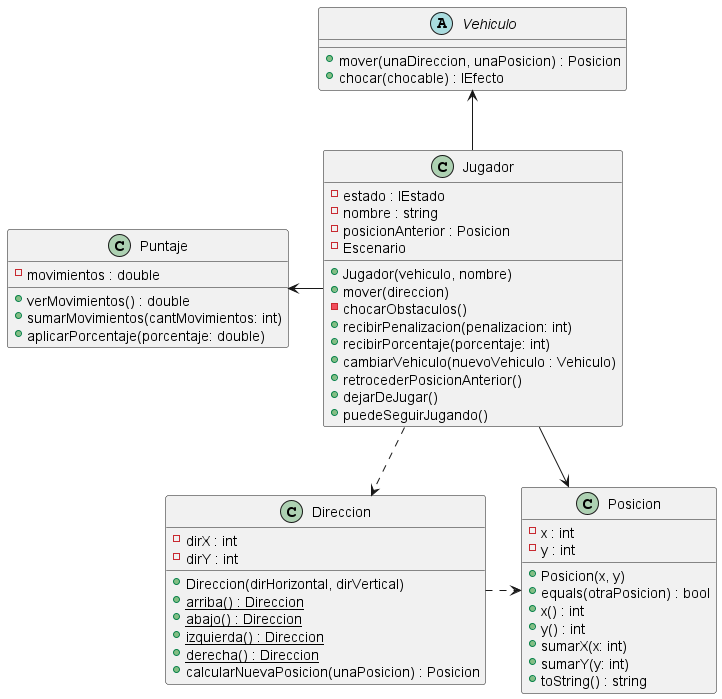
NestorPala/T17-GPSChallenge keeps this PlantUML diagram as diagrams/classes/diagrama_jugador.png. Above is the earlier version.
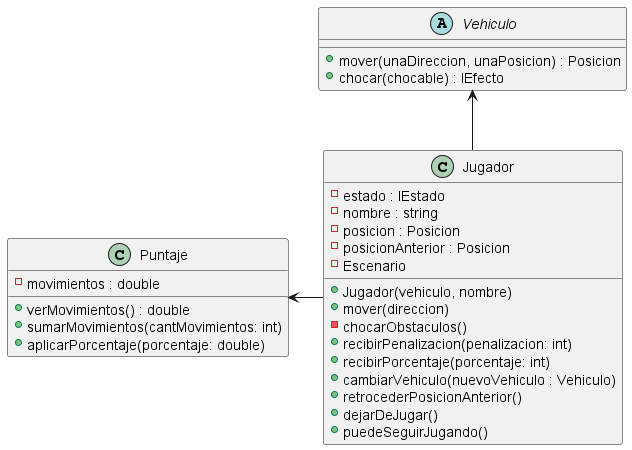
The same file after the commit.

Commit message:
modifico diagramas de clase (jugador_movimiento)

What changed in the source:
```diff
@@ -3,6 +3,7 @@
 class Jugador {
     - estado : IEstado
     - nombre : string
+    - posicion : Posicion
     - posicionAnterior : Posicion
     - Escenario
     + Jugador(vehiculo, nombre)
@@ -28,33 +29,7 @@
     + aplicarPorcentaje(porcentaje: double)
 }
 
-class Posicion {
-    - x : int
-    - y : int
-    + Posicion(x, y)
-    + equals(otraPosicion) : bool
-    + x() : int
-    + y() : int
-    + sumarX(x: int)
-    + sumarY(y: int)
-    + toString() : string
-}
-
-class Direccion {
-    - dirX : int
-    - dirY : int
-    + Direccion(dirHorizontal, dirVertical)
-    + arriba() : Direccion {static}
-    + abajo() : Direccion {static}
-    + izquierda() : Direccion {static}
-    + derecha() : Direccion {static}
-    + calcularNuevaPosicion(unaPosicion) : Posicion
-}
-
 Vehiculo <-- Jugador
-Jugador -> Posicion
-Jugador ..> Direccion
-Direccion .> Posicion
 Puntaje <- Jugador
 
 @enduml
```
